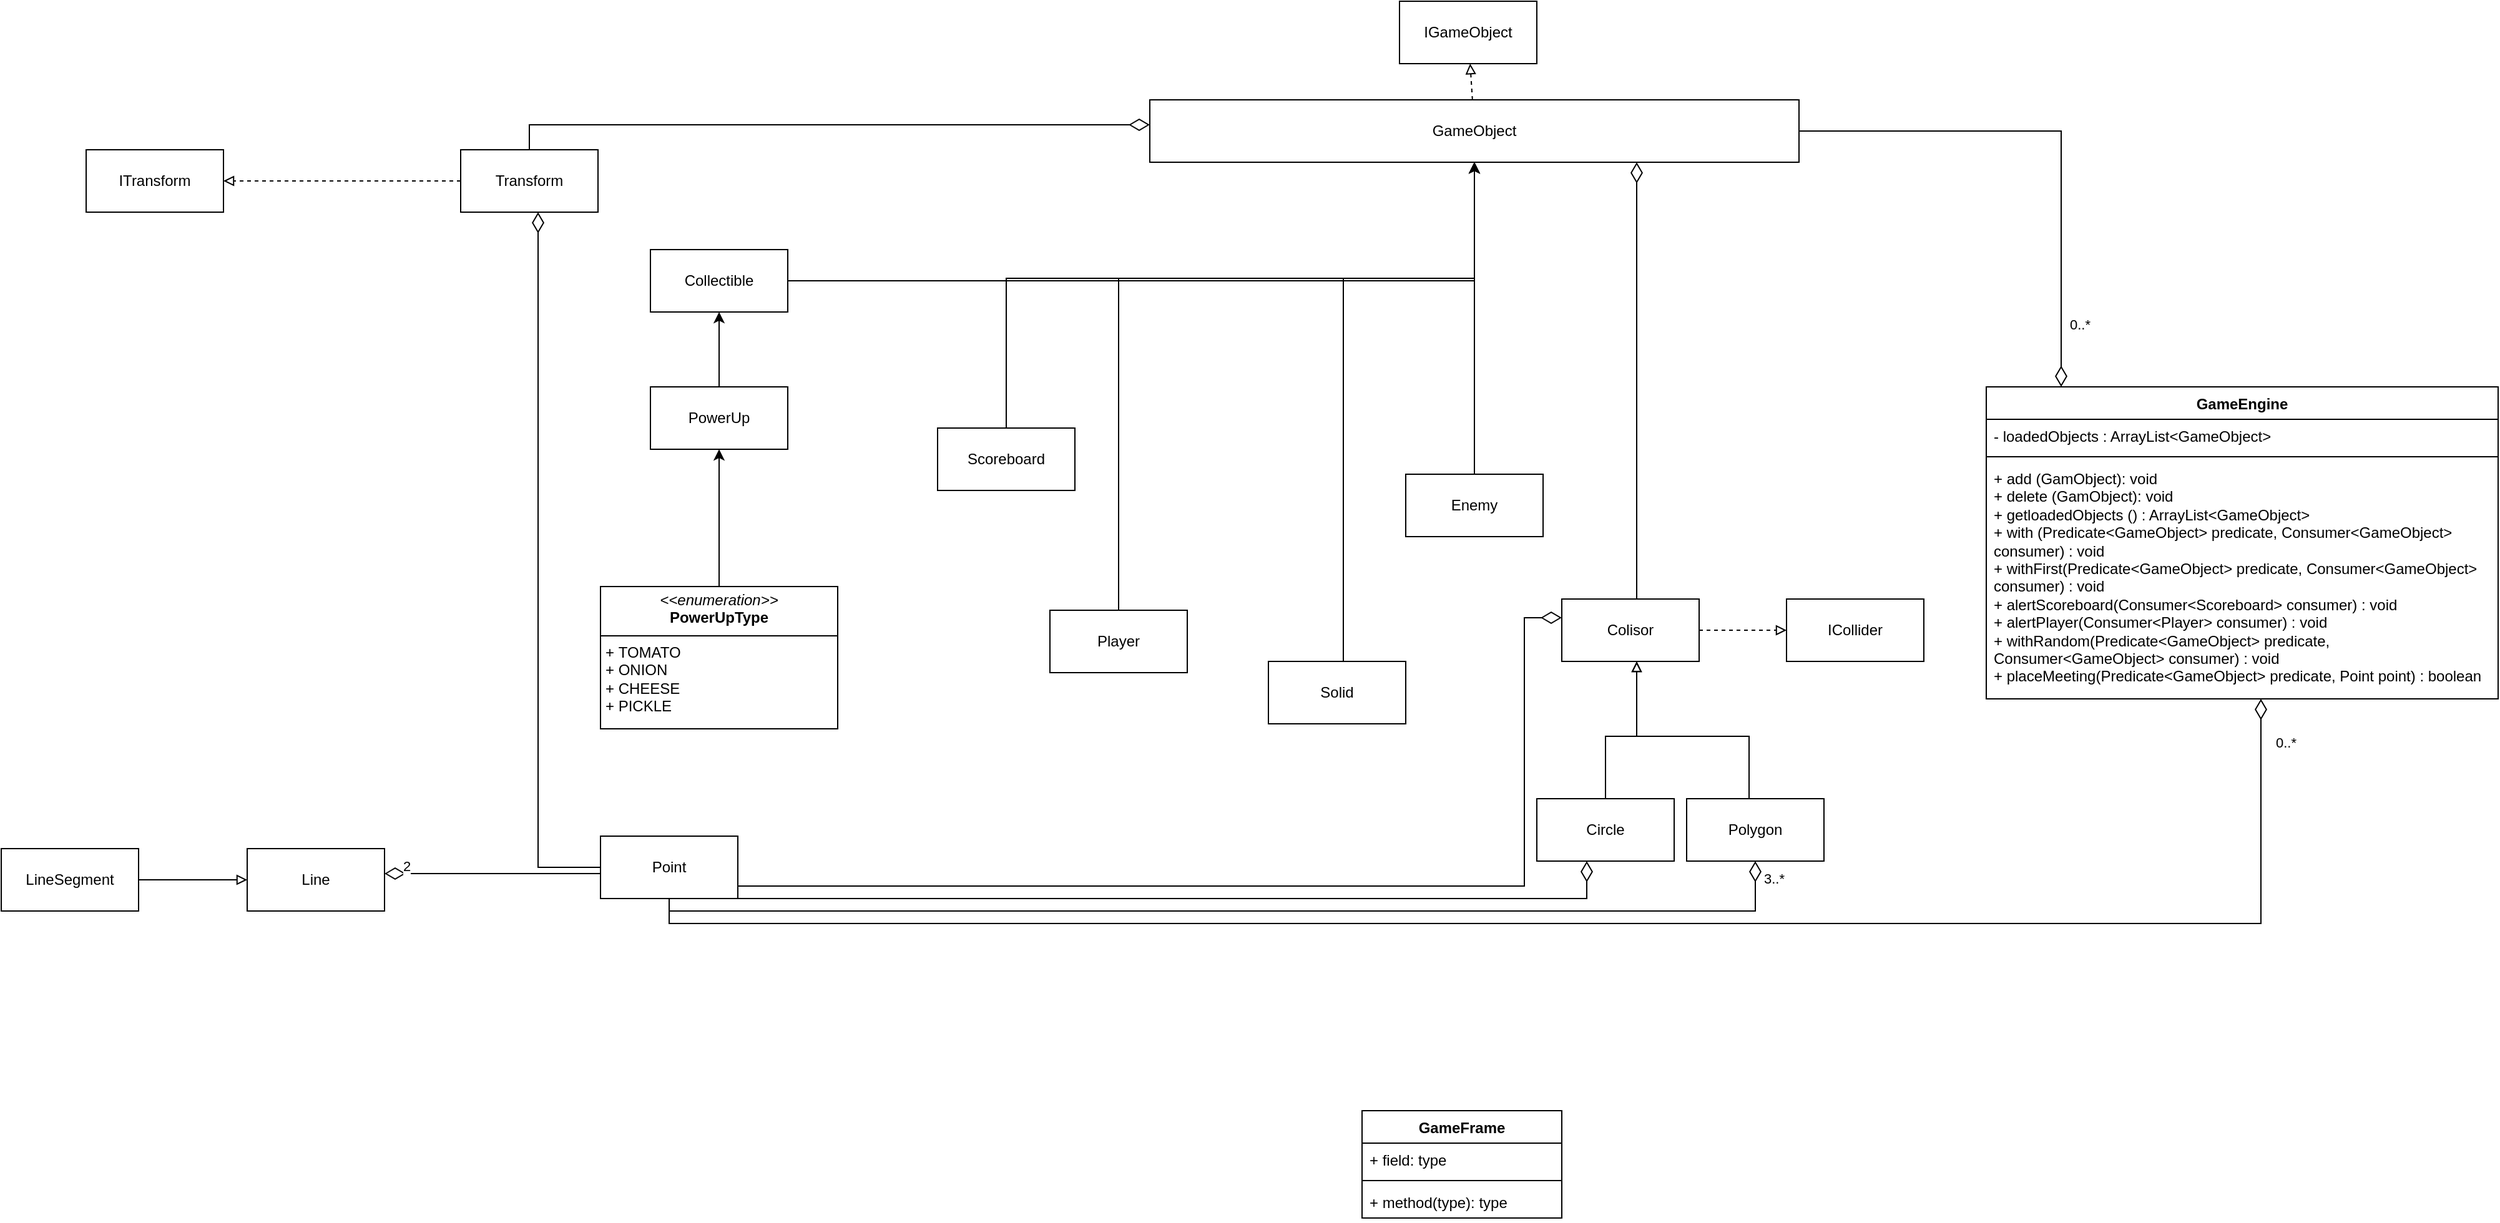
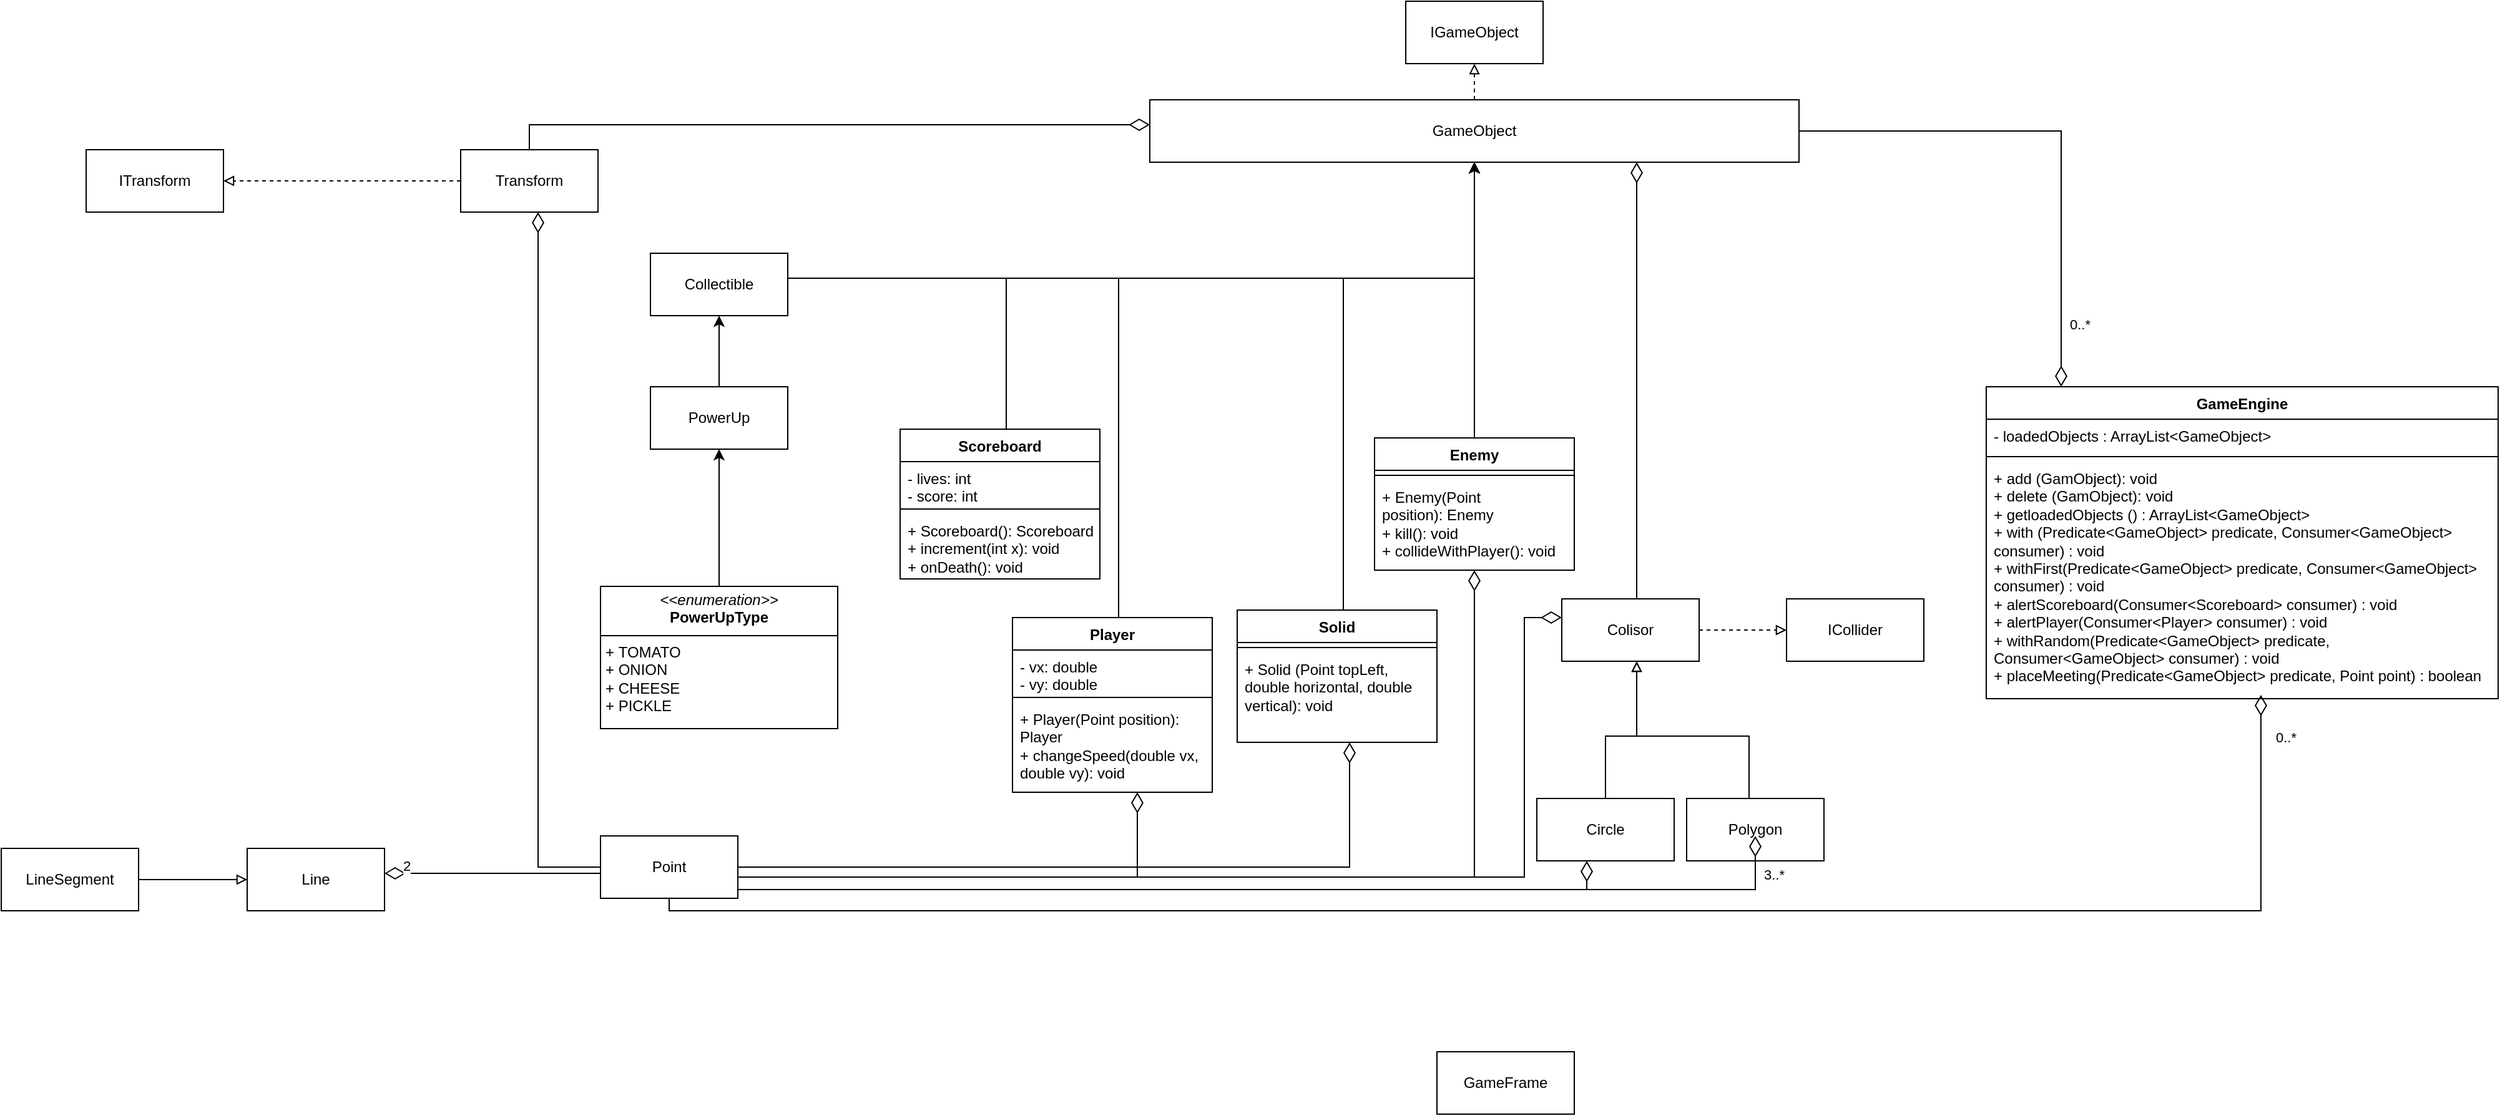
<mxfile host="Electron" agent="Mozilla/5.0 (X11; Linux x86_64) AppleWebKit/537.36 (KHTML, like Gecko) draw.io/26.2.2 Chrome/134.0.6998.178 Electron/35.1.2 Safari/537.36" version="26.2.2">
  <diagram name="Página-1" id="TPAtXWxRkIJJQsbXMNPa">
-     <mxGraphModel dx="2069" dy="1889" grid="1" gridSize="10" guides="1" tooltips="1" connect="1" arrows="1" fold="1" page="1" pageScale="1" pageWidth="827" pageHeight="1169" math="0" shadow="0">
+     <mxGraphModel dx="2330" dy="2041" grid="1" gridSize="10" guides="1" tooltips="1" connect="1" arrows="1" fold="1" page="1" pageScale="1" pageWidth="827" pageHeight="1169" math="0" shadow="0">
      <root>
        <mxCell id="0" />
        <mxCell id="1" parent="0" />
        <mxCell id="iqAs6xTmjVzmR_10nm-_-47" value="Polygon" style="html=1;whiteSpace=wrap;" parent="1" vertex="1">
          <mxGeometry x="750" y="-433" width="110" height="50" as="geometry" />
        </mxCell>
        <mxCell id="iqAs6xTmjVzmR_10nm-_-53" value="" style="endArrow=none;html=1;endSize=12;startArrow=diamondThin;startSize=14;startFill=0;edgeStyle=orthogonalEdgeStyle;align=left;verticalAlign=bottom;rounded=0;endFill=0;" parent="1" source="iqAs6xTmjVzmR_10nm-_-61" target="iqAs6xTmjVzmR_10nm-_-60" edge="1">
          <mxGeometry x="-1" y="3" relative="1" as="geometry">
            <mxPoint x="270" y="-463" as="sourcePoint" />
            <mxPoint x="400" y="-463" as="targetPoint" />
            <Array as="points">
              <mxPoint x="620" y="-578" />
-               <mxPoint x="620" y="-363" />
-             </Array>
-           </mxGeometry>
-         </mxCell>
-         <mxCell id="iqAs6xTmjVzmR_10nm-_-54" value="3..*" style="endArrow=none;html=1;endSize=12;startArrow=diamondThin;startSize=14;startFill=0;edgeStyle=orthogonalEdgeStyle;align=left;verticalAlign=bottom;rounded=0;endFill=0;" parent="1" source="iqAs6xTmjVzmR_10nm-_-47" target="iqAs6xTmjVzmR_10nm-_-60" edge="1">
-           <mxGeometry x="-0.95" y="5" relative="1" as="geometry">
-             <mxPoint x="750" y="-183" as="sourcePoint" />
-             <mxPoint x="935" y="-333" as="targetPoint" />
-             <Array as="points">
-               <mxPoint x="805" y="-343" />
+               <mxPoint x="620" y="-370" />
+             </Array>
+           </mxGeometry>
+         </mxCell>
+         <mxCell id="iqAs6xTmjVzmR_10nm-_-54" value="3..*" style="endArrow=none;html=1;endSize=12;startArrow=diamondThin;startSize=14;startFill=0;edgeStyle=orthogonalEdgeStyle;align=left;verticalAlign=bottom;rounded=0;endFill=0;" parent="1" edge="1">
+           <mxGeometry x="-0.9071" y="5" relative="1" as="geometry">
+             <mxPoint x="805" y="-403" as="sourcePoint" />
+             <mxPoint x="-10" y="-363" as="targetPoint" />
+             <Array as="points">
+               <mxPoint x="805" y="-360" />
+               <mxPoint x="-10" y="-360" />
            </Array>
            <mxPoint as="offset" />
          </mxGeometry>
        </mxCell>
        <mxCell id="iqAs6xTmjVzmR_10nm-_-55" style="edgeStyle=orthogonalEdgeStyle;rounded=0;orthogonalLoop=1;jettySize=auto;html=1;endArrow=block;endFill=0;" parent="1" source="iqAs6xTmjVzmR_10nm-_-58" target="iqAs6xTmjVzmR_10nm-_-56" edge="1">
          <mxGeometry relative="1" as="geometry">
            <mxPoint x="461" y="-48" as="sourcePoint" />
            <Array as="points">
              <mxPoint x="-440" y="-368" />
              <mxPoint x="-440" y="-368" />
            </Array>
            <mxPoint x="419" y="-188" as="targetPoint" />
          </mxGeometry>
        </mxCell>
        <mxCell id="iqAs6xTmjVzmR_10nm-_-56" value="Line" style="html=1;whiteSpace=wrap;" parent="1" vertex="1">
          <mxGeometry x="-403" y="-393" width="110" height="50" as="geometry" />
        </mxCell>
        <mxCell id="iqAs6xTmjVzmR_10nm-_-58" value="LineSegment" style="html=1;whiteSpace=wrap;" parent="1" vertex="1">
          <mxGeometry x="-600" y="-393" width="110" height="50" as="geometry" />
        </mxCell>
        <mxCell id="iqAs6xTmjVzmR_10nm-_-59" value="Circle" style="html=1;whiteSpace=wrap;" parent="1" vertex="1">
          <mxGeometry x="630" y="-433" width="110" height="50" as="geometry" />
        </mxCell>
        <mxCell id="iqAs6xTmjVzmR_10nm-_-60" value="Point" style="html=1;whiteSpace=wrap;" parent="1" vertex="1">
          <mxGeometry x="-120" y="-403" width="110" height="50" as="geometry" />
        </mxCell>
        <mxCell id="iqAs6xTmjVzmR_10nm-_-61" value="Colisor" style="html=1;whiteSpace=wrap;" parent="1" vertex="1">
          <mxGeometry x="650" y="-593" width="110" height="50" as="geometry" />
        </mxCell>
        <mxCell id="iqAs6xTmjVzmR_10nm-_-63" value="" style="endArrow=block;dashed=1;html=1;rounded=0;startArrow=none;startFill=0;endFill=0;" parent="1" source="iqAs6xTmjVzmR_10nm-_-64" target="iqAs6xTmjVzmR_10nm-_-65" edge="1">
          <mxGeometry width="50" height="50" relative="1" as="geometry">
            <mxPoint x="537" y="-605" as="sourcePoint" />
            <mxPoint x="300" y="-653" as="targetPoint" />
          </mxGeometry>
        </mxCell>
        <mxCell id="iqAs6xTmjVzmR_10nm-_-64" value="Transform" style="html=1;whiteSpace=wrap;" parent="1" vertex="1">
          <mxGeometry x="-232" y="-953" width="110" height="50" as="geometry" />
        </mxCell>
        <mxCell id="iqAs6xTmjVzmR_10nm-_-65" value="ITransform" style="html=1;whiteSpace=wrap;" parent="1" vertex="1">
          <mxGeometry x="-532" y="-953" width="110" height="50" as="geometry" />
        </mxCell>
        <mxCell id="iqAs6xTmjVzmR_10nm-_-66" value="IGameObject" style="html=1;whiteSpace=wrap;" parent="1" vertex="1">
-           <mxGeometry x="520" y="-1072" width="110" height="50" as="geometry" />
+           <mxGeometry x="525" y="-1072" width="110" height="50" as="geometry" />
        </mxCell>
        <mxCell id="iqAs6xTmjVzmR_10nm-_-67" value="GameObject" style="html=1;whiteSpace=wrap;" parent="1" vertex="1">
          <mxGeometry x="320" y="-993" width="520" height="50" as="geometry" />
        </mxCell>
        <mxCell id="iqAs6xTmjVzmR_10nm-_-69" value="ICollider" style="html=1;whiteSpace=wrap;" parent="1" vertex="1">
          <mxGeometry x="830" y="-593" width="110" height="50" as="geometry" />
        </mxCell>
        <mxCell id="iqAs6xTmjVzmR_10nm-_-70" style="edgeStyle=orthogonalEdgeStyle;rounded=0;orthogonalLoop=1;jettySize=auto;html=1;endArrow=block;endFill=0;exitX=0.5;exitY=0;exitDx=0;exitDy=0;" parent="1" source="iqAs6xTmjVzmR_10nm-_-47" target="iqAs6xTmjVzmR_10nm-_-61" edge="1">
          <mxGeometry relative="1" as="geometry">
            <mxPoint x="722" y="-333" as="sourcePoint" />
            <Array as="points">
              <mxPoint x="800" y="-433" />
              <mxPoint x="800" y="-483" />
              <mxPoint x="710" y="-483" />
            </Array>
            <mxPoint x="680" y="-473" as="targetPoint" />
          </mxGeometry>
        </mxCell>
        <mxCell id="iqAs6xTmjVzmR_10nm-_-71" value="2" style="endArrow=none;html=1;endSize=12;startArrow=diamondThin;startSize=14;startFill=0;edgeStyle=orthogonalEdgeStyle;align=left;verticalAlign=bottom;rounded=0;endFill=0;" parent="1" source="iqAs6xTmjVzmR_10nm-_-56" target="iqAs6xTmjVzmR_10nm-_-60" edge="1">
          <mxGeometry x="-0.8497" y="-3" relative="1" as="geometry">
            <mxPoint x="328" y="-143" as="sourcePoint" />
            <mxPoint x="513" y="-293" as="targetPoint" />
            <Array as="points">
              <mxPoint x="-220" y="-373" />
              <mxPoint x="-220" y="-373" />
            </Array>
            <mxPoint as="offset" />
          </mxGeometry>
        </mxCell>
        <mxCell id="iqAs6xTmjVzmR_10nm-_-72" value="" style="endArrow=block;dashed=1;html=1;rounded=0;startArrow=none;startFill=0;endFill=0;" parent="1" source="iqAs6xTmjVzmR_10nm-_-67" target="iqAs6xTmjVzmR_10nm-_-66" edge="1">
          <mxGeometry width="50" height="50" relative="1" as="geometry">
            <mxPoint x="587" y="-725" as="sourcePoint" />
            <mxPoint x="350" y="-773" as="targetPoint" />
          </mxGeometry>
        </mxCell>
        <mxCell id="iqAs6xTmjVzmR_10nm-_-73" value="" style="endArrow=block;dashed=1;html=1;rounded=0;startArrow=none;startFill=0;endFill=0;" parent="1" source="iqAs6xTmjVzmR_10nm-_-61" target="iqAs6xTmjVzmR_10nm-_-69" edge="1">
          <mxGeometry width="50" height="50" relative="1" as="geometry">
            <mxPoint x="935" y="-483" as="sourcePoint" />
            <mxPoint x="830" y="-483" as="targetPoint" />
          </mxGeometry>
        </mxCell>
        <mxCell id="iqAs6xTmjVzmR_10nm-_-74" value="0..*" style="endArrow=none;html=1;endSize=12;startArrow=diamondThin;startSize=14;startFill=0;edgeStyle=orthogonalEdgeStyle;align=left;verticalAlign=bottom;rounded=0;endFill=0;" parent="1" source="oKuniA_5h0pZnWrvJ2aU-5" target="iqAs6xTmjVzmR_10nm-_-67" edge="1">
          <mxGeometry x="-0.8013" y="-5" relative="1" as="geometry">
            <mxPoint x="830" y="-713" as="sourcePoint" />
            <mxPoint x="925" y="-583" as="targetPoint" />
            <Array as="points">
              <mxPoint x="1050" y="-968" />
            </Array>
            <mxPoint as="offset" />
          </mxGeometry>
        </mxCell>
        <mxCell id="iqAs6xTmjVzmR_10nm-_-75" style="edgeStyle=orthogonalEdgeStyle;rounded=0;orthogonalLoop=1;jettySize=auto;html=1;endArrow=block;endFill=0;exitX=0.5;exitY=0;exitDx=0;exitDy=0;" parent="1" source="iqAs6xTmjVzmR_10nm-_-59" target="iqAs6xTmjVzmR_10nm-_-61" edge="1">
          <mxGeometry relative="1" as="geometry">
            <mxPoint x="666" y="-433" as="sourcePoint" />
            <Array as="points">
              <mxPoint x="685" y="-483" />
              <mxPoint x="710" y="-483" />
            </Array>
            <mxPoint x="624" y="-573" as="targetPoint" />
          </mxGeometry>
        </mxCell>
        <mxCell id="iqAs6xTmjVzmR_10nm-_-76" value="" style="endArrow=none;html=1;endSize=12;startArrow=diamondThin;startSize=14;startFill=0;edgeStyle=orthogonalEdgeStyle;align=left;verticalAlign=bottom;rounded=0;endFill=0;entryX=0.5;entryY=0;entryDx=0;entryDy=0;" parent="1" source="iqAs6xTmjVzmR_10nm-_-67" target="iqAs6xTmjVzmR_10nm-_-64" edge="1">
          <mxGeometry x="-1" y="3" relative="1" as="geometry">
            <mxPoint x="560" y="-693" as="sourcePoint" />
            <mxPoint x="560" y="-663" as="targetPoint" />
            <Array as="points">
              <mxPoint x="-177" y="-973" />
            </Array>
          </mxGeometry>
        </mxCell>
        <mxCell id="iqAs6xTmjVzmR_10nm-_-77" value="" style="endArrow=none;html=1;endSize=12;startArrow=diamondThin;startSize=14;startFill=0;edgeStyle=orthogonalEdgeStyle;align=left;verticalAlign=bottom;rounded=0;endFill=0;entryX=0.5;entryY=0;entryDx=0;entryDy=0;" parent="1" source="iqAs6xTmjVzmR_10nm-_-67" target="iqAs6xTmjVzmR_10nm-_-61" edge="1">
          <mxGeometry x="-1" y="3" relative="1" as="geometry">
            <mxPoint x="680" y="-653" as="sourcePoint" />
            <mxPoint x="810" y="-653" as="targetPoint" />
            <Array as="points">
              <mxPoint x="710" y="-593" />
            </Array>
          </mxGeometry>
        </mxCell>
        <mxCell id="iqAs6xTmjVzmR_10nm-_-78" value="" style="endArrow=none;html=1;endSize=12;startArrow=diamondThin;startSize=14;startFill=0;edgeStyle=orthogonalEdgeStyle;align=left;verticalAlign=bottom;rounded=0;endFill=0;" parent="1" source="iqAs6xTmjVzmR_10nm-_-64" target="iqAs6xTmjVzmR_10nm-_-60" edge="1">
          <mxGeometry x="-1" y="3" relative="1" as="geometry">
            <mxPoint x="260" y="-443" as="sourcePoint" />
            <mxPoint x="390" y="-443" as="targetPoint" />
            <Array as="points">
              <mxPoint x="-170" y="-378" />
            </Array>
          </mxGeometry>
        </mxCell>
        <mxCell id="iqAs6xTmjVzmR_10nm-_-79" value="" style="endArrow=none;html=1;endSize=12;startArrow=diamondThin;startSize=14;startFill=0;edgeStyle=orthogonalEdgeStyle;align=left;verticalAlign=bottom;rounded=0;endFill=0;" parent="1" source="iqAs6xTmjVzmR_10nm-_-59" target="iqAs6xTmjVzmR_10nm-_-60" edge="1">
          <mxGeometry x="-1" y="3" relative="1" as="geometry">
            <mxPoint x="560" y="-443" as="sourcePoint" />
            <mxPoint x="370" y="-353" as="targetPoint" />
            <Array as="points">
-               <mxPoint x="670" y="-353" />
+               <mxPoint x="670" y="-360" />
            </Array>
          </mxGeometry>
        </mxCell>
        <mxCell id="oKuniA_5h0pZnWrvJ2aU-5" value="GameEngine" style="swimlane;fontStyle=1;align=center;verticalAlign=top;childLayout=stackLayout;horizontal=1;startSize=26;horizontalStack=0;resizeParent=1;resizeParentMax=0;resizeLast=0;collapsible=1;marginBottom=0;whiteSpace=wrap;html=1;" parent="1" vertex="1">
          <mxGeometry x="990" y="-763" width="410" height="250" as="geometry" />
        </mxCell>
        <mxCell id="oKuniA_5h0pZnWrvJ2aU-6" value="- loadedObjects : ArrayList&amp;lt;GameObject&amp;gt;" style="text;strokeColor=none;fillColor=none;align=left;verticalAlign=top;spacingLeft=4;spacingRight=4;overflow=hidden;rotatable=0;points=[[0,0.5],[1,0.5]];portConstraint=eastwest;whiteSpace=wrap;html=1;" parent="oKuniA_5h0pZnWrvJ2aU-5" vertex="1">
          <mxGeometry y="26" width="410" height="26" as="geometry" />
        </mxCell>
        <mxCell id="oKuniA_5h0pZnWrvJ2aU-7" value="" style="line;strokeWidth=1;fillColor=none;align=left;verticalAlign=middle;spacingTop=-1;spacingLeft=3;spacingRight=3;rotatable=0;labelPosition=right;points=[];portConstraint=eastwest;strokeColor=inherit;" parent="oKuniA_5h0pZnWrvJ2aU-5" vertex="1">
          <mxGeometry y="52" width="410" height="8" as="geometry" />
        </mxCell>
        <mxCell id="oKuniA_5h0pZnWrvJ2aU-8" value="+ add (GamObject): void&lt;div&gt;+ delete (GamObject): void&lt;/div&gt;&lt;div&gt;+ getloadedObjects ()&lt;span style=&quot;background-color: transparent; color: light-dark(rgb(0, 0, 0), rgb(255, 255, 255));&quot;&gt;&amp;nbsp;: ArrayList&amp;lt;GameObject&amp;gt;&lt;/span&gt;&lt;/div&gt;&lt;div&gt;+&amp;nbsp;with (Predicate&amp;lt;GameObject&amp;gt; predicate, Consumer&amp;lt;GameObject&amp;gt; consumer) : void&lt;/div&gt;&lt;div&gt;+&amp;nbsp;withFirst(Predicate&amp;lt;GameObject&amp;gt; predicate, Consumer&amp;lt;GameObject&amp;gt; consumer) : void&lt;/div&gt;&lt;div&gt;+&amp;nbsp;alertScoreboard(Consumer&amp;lt;Scoreboard&amp;gt; consumer) : void&lt;/div&gt;&lt;div&gt;+&amp;nbsp;alertPlayer(Consumer&amp;lt;Player&amp;gt; consumer) : void&lt;/div&gt;&lt;div&gt;+&amp;nbsp;withRandom(Predicate&amp;lt;GameObject&amp;gt; predicate, Consumer&amp;lt;GameObject&amp;gt; consumer) : void&lt;/div&gt;&lt;div&gt;+&amp;nbsp;placeMeeting(Predicate&amp;lt;GameObject&amp;gt; predicate, Point point) : boolean&lt;/div&gt;" style="text;strokeColor=none;fillColor=none;align=left;verticalAlign=top;spacingLeft=4;spacingRight=4;overflow=hidden;rotatable=0;points=[[0,0.5],[1,0.5]];portConstraint=eastwest;whiteSpace=wrap;html=1;" parent="oKuniA_5h0pZnWrvJ2aU-5" vertex="1">
          <mxGeometry y="60" width="410" height="190" as="geometry" />
        </mxCell>
-         <mxCell id="oKuniA_5h0pZnWrvJ2aU-15" value="0..*" style="endArrow=none;html=1;endSize=12;startArrow=diamondThin;startSize=14;startFill=0;edgeStyle=orthogonalEdgeStyle;align=left;verticalAlign=bottom;rounded=0;endFill=0;" parent="1" source="oKuniA_5h0pZnWrvJ2aU-5" target="iqAs6xTmjVzmR_10nm-_-60" edge="1">
+         <mxCell id="oKuniA_5h0pZnWrvJ2aU-15" value="0..*" style="endArrow=none;html=1;endSize=12;startArrow=diamondThin;startSize=14;startFill=0;edgeStyle=orthogonalEdgeStyle;align=left;verticalAlign=bottom;rounded=0;endFill=0;" parent="1" target="iqAs6xTmjVzmR_10nm-_-60" edge="1">
          <mxGeometry x="-0.9412" y="10" relative="1" as="geometry">
-             <mxPoint x="1400" y="-608" as="sourcePoint" />
-             <mxPoint x="1500" y="-618" as="targetPoint" />
-             <Array as="points">
-               <mxPoint x="1210" y="-333" />
+             <mxPoint x="1210" y="-515.9999999999999" as="sourcePoint" />
+             <mxPoint x="-64.99999999999977" y="-356" as="targetPoint" />
+             <Array as="points">
+               <mxPoint x="1210" y="-343" />
+               <mxPoint x="-65" y="-343" />
            </Array>
            <mxPoint as="offset" />
          </mxGeometry>
        </mxCell>
-         <mxCell id="oKuniA_5h0pZnWrvJ2aU-29" value="GameFrame" style="swimlane;fontStyle=1;align=center;verticalAlign=top;childLayout=stackLayout;horizontal=1;startSize=26;horizontalStack=0;resizeParent=1;resizeParentMax=0;resizeLast=0;collapsible=1;marginBottom=0;whiteSpace=wrap;html=1;" parent="1" vertex="1">
-           <mxGeometry x="490" y="-183" width="160" height="86" as="geometry" />
-         </mxCell>
-         <mxCell id="oKuniA_5h0pZnWrvJ2aU-30" value="+ field: type" style="text;strokeColor=none;fillColor=none;align=left;verticalAlign=top;spacingLeft=4;spacingRight=4;overflow=hidden;rotatable=0;points=[[0,0.5],[1,0.5]];portConstraint=eastwest;whiteSpace=wrap;html=1;" parent="oKuniA_5h0pZnWrvJ2aU-29" vertex="1">
-           <mxGeometry y="26" width="160" height="26" as="geometry" />
-         </mxCell>
-         <mxCell id="oKuniA_5h0pZnWrvJ2aU-31" value="" style="line;strokeWidth=1;fillColor=none;align=left;verticalAlign=middle;spacingTop=-1;spacingLeft=3;spacingRight=3;rotatable=0;labelPosition=right;points=[];portConstraint=eastwest;strokeColor=inherit;" parent="oKuniA_5h0pZnWrvJ2aU-29" vertex="1">
-           <mxGeometry y="52" width="160" height="8" as="geometry" />
-         </mxCell>
-         <mxCell id="oKuniA_5h0pZnWrvJ2aU-32" value="+ method(type): type" style="text;strokeColor=none;fillColor=none;align=left;verticalAlign=top;spacingLeft=4;spacingRight=4;overflow=hidden;rotatable=0;points=[[0,0.5],[1,0.5]];portConstraint=eastwest;whiteSpace=wrap;html=1;" parent="oKuniA_5h0pZnWrvJ2aU-29" vertex="1">
-           <mxGeometry y="60" width="160" height="26" as="geometry" />
-         </mxCell>
-         <mxCell id="QFEcBac0O0UYr3OeZy01-21" style="edgeStyle=orthogonalEdgeStyle;rounded=0;orthogonalLoop=1;jettySize=auto;html=1;" edge="1" parent="1" source="oKuniA_5h0pZnWrvJ2aU-37" target="QFEcBac0O0UYr3OeZy01-6">
+         <mxCell id="QFEcBac0O0UYr3OeZy01-21" style="edgeStyle=orthogonalEdgeStyle;rounded=0;orthogonalLoop=1;jettySize=auto;html=1;" parent="1" source="oKuniA_5h0pZnWrvJ2aU-37" target="QFEcBac0O0UYr3OeZy01-6" edge="1">
          <mxGeometry relative="1" as="geometry" />
        </mxCell>
        <mxCell id="oKuniA_5h0pZnWrvJ2aU-37" value="&lt;p style=&quot;margin:0px;margin-top:4px;text-align:center;&quot;&gt;&lt;i&gt;&amp;lt;&amp;lt;enumeration&amp;gt;&amp;gt;&lt;/i&gt;&lt;br&gt;&lt;b&gt;PowerUpType&lt;/b&gt;&lt;/p&gt;&lt;hr size=&quot;1&quot; style=&quot;border-style:solid;&quot;&gt;&lt;p style=&quot;margin:0px;margin-left:4px;&quot;&gt;+&amp;nbsp;TOMATO&lt;/p&gt;&lt;p style=&quot;margin:0px;margin-left:4px;&quot;&gt;+&amp;nbsp;ONION&lt;/p&gt;&lt;p style=&quot;margin:0px;margin-left:4px;&quot;&gt;+&amp;nbsp;CHEESE&lt;/p&gt;&lt;p style=&quot;margin:0px;margin-left:4px;&quot;&gt;+&amp;nbsp;PICKLE&lt;/p&gt;" style="verticalAlign=top;align=left;overflow=fill;html=1;whiteSpace=wrap;" parent="1" vertex="1">
          <mxGeometry x="-120" y="-603" width="190" height="114" as="geometry" />
        </mxCell>
-         <mxCell id="QFEcBac0O0UYr3OeZy01-1" value="Scoreboard" style="html=1;whiteSpace=wrap;" vertex="1" parent="1">
-           <mxGeometry x="150" y="-730" width="110" height="50" as="geometry" />
-         </mxCell>
-         <mxCell id="QFEcBac0O0UYr3OeZy01-18" style="edgeStyle=orthogonalEdgeStyle;rounded=0;orthogonalLoop=1;jettySize=auto;html=1;" edge="1" parent="1" source="QFEcBac0O0UYr3OeZy01-2" target="iqAs6xTmjVzmR_10nm-_-67">
+         <mxCell id="QFEcBac0O0UYr3OeZy01-18" style="edgeStyle=orthogonalEdgeStyle;rounded=0;orthogonalLoop=1;jettySize=auto;html=1;" parent="1" source="kEA9Ujy-xpp_A-Y0548K-15" target="iqAs6xTmjVzmR_10nm-_-67" edge="1">
          <mxGeometry relative="1" as="geometry">
            <Array as="points">
              <mxPoint x="475" y="-850" />
              <mxPoint x="580" y="-850" />
            </Array>
-           </mxGeometry>
-         </mxCell>
-         <mxCell id="QFEcBac0O0UYr3OeZy01-2" value="Solid" style="html=1;whiteSpace=wrap;" vertex="1" parent="1">
-           <mxGeometry x="415" y="-543" width="110" height="50" as="geometry" />
-         </mxCell>
-         <mxCell id="QFEcBac0O0UYr3OeZy01-19" style="edgeStyle=orthogonalEdgeStyle;rounded=0;orthogonalLoop=1;jettySize=auto;html=1;" edge="1" parent="1" source="QFEcBac0O0UYr3OeZy01-3" target="iqAs6xTmjVzmR_10nm-_-67">
-           <mxGeometry relative="1" as="geometry" />
-         </mxCell>
-         <mxCell id="QFEcBac0O0UYr3OeZy01-3" value="Enemy" style="html=1;whiteSpace=wrap;" vertex="1" parent="1">
-           <mxGeometry x="525" y="-693" width="110" height="50" as="geometry" />
-         </mxCell>
-         <mxCell id="QFEcBac0O0UYr3OeZy01-17" style="edgeStyle=orthogonalEdgeStyle;rounded=0;orthogonalLoop=1;jettySize=auto;html=1;" edge="1" parent="1" source="QFEcBac0O0UYr3OeZy01-4" target="iqAs6xTmjVzmR_10nm-_-67">
+             <mxPoint x="475" y="-543" as="sourcePoint" />
+           </mxGeometry>
+         </mxCell>
+         <mxCell id="QFEcBac0O0UYr3OeZy01-19" style="edgeStyle=orthogonalEdgeStyle;rounded=0;orthogonalLoop=1;jettySize=auto;html=1;" parent="1" source="kEA9Ujy-xpp_A-Y0548K-20" target="iqAs6xTmjVzmR_10nm-_-67" edge="1">
+           <mxGeometry relative="1" as="geometry">
+             <mxPoint x="580" y="-693" as="sourcePoint" />
+             <Array as="points">
+               <mxPoint x="580" y="-810" />
+               <mxPoint x="580" y="-810" />
+             </Array>
+           </mxGeometry>
+         </mxCell>
+         <mxCell id="QFEcBac0O0UYr3OeZy01-17" style="edgeStyle=orthogonalEdgeStyle;rounded=0;orthogonalLoop=1;jettySize=auto;html=1;" parent="1" source="kEA9Ujy-xpp_A-Y0548K-10" target="iqAs6xTmjVzmR_10nm-_-67" edge="1">
          <mxGeometry relative="1" as="geometry">
            <Array as="points">
              <mxPoint x="295" y="-850" />
              <mxPoint x="580" y="-850" />
            </Array>
-           </mxGeometry>
-         </mxCell>
-         <mxCell id="QFEcBac0O0UYr3OeZy01-4" value="Player" style="html=1;whiteSpace=wrap;" vertex="1" parent="1">
-           <mxGeometry x="240" y="-584" width="110" height="50" as="geometry" />
-         </mxCell>
-         <mxCell id="QFEcBac0O0UYr3OeZy01-5" value="Collectible" style="html=1;whiteSpace=wrap;" vertex="1" parent="1">
-           <mxGeometry x="-80" y="-873" width="110" height="50" as="geometry" />
-         </mxCell>
-         <mxCell id="QFEcBac0O0UYr3OeZy01-20" style="edgeStyle=orthogonalEdgeStyle;rounded=0;orthogonalLoop=1;jettySize=auto;html=1;" edge="1" parent="1" source="QFEcBac0O0UYr3OeZy01-6" target="QFEcBac0O0UYr3OeZy01-5">
+             <mxPoint x="295" y="-584" as="sourcePoint" />
+           </mxGeometry>
+         </mxCell>
+         <mxCell id="QFEcBac0O0UYr3OeZy01-5" value="Collectible" style="html=1;whiteSpace=wrap;" parent="1" vertex="1">
+           <mxGeometry x="-80" y="-870" width="110" height="50" as="geometry" />
+         </mxCell>
+         <mxCell id="QFEcBac0O0UYr3OeZy01-20" style="edgeStyle=orthogonalEdgeStyle;rounded=0;orthogonalLoop=1;jettySize=auto;html=1;" parent="1" source="QFEcBac0O0UYr3OeZy01-6" target="QFEcBac0O0UYr3OeZy01-5" edge="1">
          <mxGeometry relative="1" as="geometry" />
        </mxCell>
-         <mxCell id="QFEcBac0O0UYr3OeZy01-6" value="PowerUp" style="html=1;whiteSpace=wrap;" vertex="1" parent="1">
+         <mxCell id="QFEcBac0O0UYr3OeZy01-6" value="PowerUp" style="html=1;whiteSpace=wrap;" parent="1" vertex="1">
          <mxGeometry x="-80" y="-763" width="110" height="50" as="geometry" />
        </mxCell>
-         <mxCell id="QFEcBac0O0UYr3OeZy01-15" style="edgeStyle=orthogonalEdgeStyle;rounded=0;orthogonalLoop=1;jettySize=auto;html=1;entryX=0.5;entryY=1;entryDx=0;entryDy=0;" edge="1" parent="1" source="QFEcBac0O0UYr3OeZy01-5" target="iqAs6xTmjVzmR_10nm-_-67">
-           <mxGeometry relative="1" as="geometry">
-             <Array as="points">
-               <mxPoint x="580" y="-848" />
-             </Array>
-           </mxGeometry>
-         </mxCell>
-         <mxCell id="QFEcBac0O0UYr3OeZy01-16" style="edgeStyle=orthogonalEdgeStyle;rounded=0;orthogonalLoop=1;jettySize=auto;html=1;" edge="1" parent="1" source="QFEcBac0O0UYr3OeZy01-1" target="iqAs6xTmjVzmR_10nm-_-67">
+         <mxCell id="QFEcBac0O0UYr3OeZy01-15" style="edgeStyle=orthogonalEdgeStyle;rounded=0;orthogonalLoop=1;jettySize=auto;html=1;entryX=0.5;entryY=1;entryDx=0;entryDy=0;" parent="1" source="QFEcBac0O0UYr3OeZy01-5" target="iqAs6xTmjVzmR_10nm-_-67" edge="1">
+           <mxGeometry relative="1" as="geometry">
+             <Array as="points">
+               <mxPoint x="580" y="-850" />
+             </Array>
+           </mxGeometry>
+         </mxCell>
+         <mxCell id="QFEcBac0O0UYr3OeZy01-16" style="edgeStyle=orthogonalEdgeStyle;rounded=0;orthogonalLoop=1;jettySize=auto;html=1;" parent="1" source="kEA9Ujy-xpp_A-Y0548K-6" target="iqAs6xTmjVzmR_10nm-_-67" edge="1">
          <mxGeometry relative="1" as="geometry">
            <Array as="points">
              <mxPoint x="205" y="-850" />
              <mxPoint x="580" y="-850" />
+             </Array>
+             <mxPoint x="205" y="-730" as="sourcePoint" />
+           </mxGeometry>
+         </mxCell>
+         <mxCell id="kEA9Ujy-xpp_A-Y0548K-1" value="GameFrame" style="html=1;whiteSpace=wrap;" vertex="1" parent="1">
+           <mxGeometry x="550" y="-230" width="110" height="50" as="geometry" />
+         </mxCell>
+         <mxCell id="kEA9Ujy-xpp_A-Y0548K-6" value="Scoreboard" style="swimlane;fontStyle=1;align=center;verticalAlign=top;childLayout=stackLayout;horizontal=1;startSize=26;horizontalStack=0;resizeParent=1;resizeParentMax=0;resizeLast=0;collapsible=1;marginBottom=0;whiteSpace=wrap;html=1;" vertex="1" parent="1">
+           <mxGeometry x="120" y="-729" width="160" height="120" as="geometry" />
+         </mxCell>
+         <mxCell id="kEA9Ujy-xpp_A-Y0548K-7" value="- lives: int&lt;div&gt;- score: int&lt;/div&gt;" style="text;strokeColor=none;fillColor=none;align=left;verticalAlign=top;spacingLeft=4;spacingRight=4;overflow=hidden;rotatable=0;points=[[0,0.5],[1,0.5]];portConstraint=eastwest;whiteSpace=wrap;html=1;" vertex="1" parent="kEA9Ujy-xpp_A-Y0548K-6">
+           <mxGeometry y="26" width="160" height="34" as="geometry" />
+         </mxCell>
+         <mxCell id="kEA9Ujy-xpp_A-Y0548K-8" value="" style="line;strokeWidth=1;fillColor=none;align=left;verticalAlign=middle;spacingTop=-1;spacingLeft=3;spacingRight=3;rotatable=0;labelPosition=right;points=[];portConstraint=eastwest;strokeColor=inherit;" vertex="1" parent="kEA9Ujy-xpp_A-Y0548K-6">
+           <mxGeometry y="60" width="160" height="8" as="geometry" />
+         </mxCell>
+         <mxCell id="kEA9Ujy-xpp_A-Y0548K-9" value="&lt;div&gt;+ Scoreboard(): Scoreboard&lt;/div&gt;+ increment(int x): void&lt;div&gt;+ onDeath(): void&lt;/div&gt;" style="text;strokeColor=none;fillColor=none;align=left;verticalAlign=top;spacingLeft=4;spacingRight=4;overflow=hidden;rotatable=0;points=[[0,0.5],[1,0.5]];portConstraint=eastwest;whiteSpace=wrap;html=1;" vertex="1" parent="kEA9Ujy-xpp_A-Y0548K-6">
+           <mxGeometry y="68" width="160" height="52" as="geometry" />
+         </mxCell>
+         <mxCell id="kEA9Ujy-xpp_A-Y0548K-10" value="Player" style="swimlane;fontStyle=1;align=center;verticalAlign=top;childLayout=stackLayout;horizontal=1;startSize=26;horizontalStack=0;resizeParent=1;resizeParentMax=0;resizeLast=0;collapsible=1;marginBottom=0;whiteSpace=wrap;html=1;" vertex="1" parent="1">
+           <mxGeometry x="210" y="-578" width="160" height="140" as="geometry" />
+         </mxCell>
+         <mxCell id="kEA9Ujy-xpp_A-Y0548K-11" value="- vx: double&lt;div&gt;- vy: double&lt;/div&gt;" style="text;strokeColor=none;fillColor=none;align=left;verticalAlign=top;spacingLeft=4;spacingRight=4;overflow=hidden;rotatable=0;points=[[0,0.5],[1,0.5]];portConstraint=eastwest;whiteSpace=wrap;html=1;" vertex="1" parent="kEA9Ujy-xpp_A-Y0548K-10">
+           <mxGeometry y="26" width="160" height="34" as="geometry" />
+         </mxCell>
+         <mxCell id="kEA9Ujy-xpp_A-Y0548K-12" value="" style="line;strokeWidth=1;fillColor=none;align=left;verticalAlign=middle;spacingTop=-1;spacingLeft=3;spacingRight=3;rotatable=0;labelPosition=right;points=[];portConstraint=eastwest;strokeColor=inherit;" vertex="1" parent="kEA9Ujy-xpp_A-Y0548K-10">
+           <mxGeometry y="60" width="160" height="8" as="geometry" />
+         </mxCell>
+         <mxCell id="kEA9Ujy-xpp_A-Y0548K-13" value="&lt;div&gt;+ Player(Point position): Player&lt;/div&gt;+ changeSpeed(double vx, double vy): void" style="text;strokeColor=none;fillColor=none;align=left;verticalAlign=top;spacingLeft=4;spacingRight=4;overflow=hidden;rotatable=0;points=[[0,0.5],[1,0.5]];portConstraint=eastwest;whiteSpace=wrap;html=1;" vertex="1" parent="kEA9Ujy-xpp_A-Y0548K-10">
+           <mxGeometry y="68" width="160" height="72" as="geometry" />
+         </mxCell>
+         <mxCell id="kEA9Ujy-xpp_A-Y0548K-14" value="" style="endArrow=none;html=1;endSize=12;startArrow=diamondThin;startSize=14;startFill=0;edgeStyle=orthogonalEdgeStyle;align=left;verticalAlign=bottom;rounded=0;endFill=0;entryX=1;entryY=0.5;entryDx=0;entryDy=0;" edge="1" parent="1" source="kEA9Ujy-xpp_A-Y0548K-10" target="iqAs6xTmjVzmR_10nm-_-60">
+           <mxGeometry x="-1" y="3" relative="1" as="geometry">
+             <mxPoint x="660" y="-568" as="sourcePoint" />
+             <mxPoint y="-353" as="targetPoint" />
+             <Array as="points">
+               <mxPoint x="310" y="-370" />
+               <mxPoint x="-10" y="-370" />
+             </Array>
+           </mxGeometry>
+         </mxCell>
+         <mxCell id="kEA9Ujy-xpp_A-Y0548K-15" value="Solid" style="swimlane;fontStyle=1;align=center;verticalAlign=top;childLayout=stackLayout;horizontal=1;startSize=26;horizontalStack=0;resizeParent=1;resizeParentMax=0;resizeLast=0;collapsible=1;marginBottom=0;whiteSpace=wrap;html=1;" vertex="1" parent="1">
+           <mxGeometry x="390" y="-584" width="160" height="106" as="geometry" />
+         </mxCell>
+         <mxCell id="kEA9Ujy-xpp_A-Y0548K-17" value="" style="line;strokeWidth=1;fillColor=none;align=left;verticalAlign=middle;spacingTop=-1;spacingLeft=3;spacingRight=3;rotatable=0;labelPosition=right;points=[];portConstraint=eastwest;strokeColor=inherit;" vertex="1" parent="kEA9Ujy-xpp_A-Y0548K-15">
+           <mxGeometry y="26" width="160" height="8" as="geometry" />
+         </mxCell>
+         <mxCell id="kEA9Ujy-xpp_A-Y0548K-18" value="&lt;div&gt;+ Solid (Point topLeft, double horizontal,&amp;nbsp;&lt;span style=&quot;background-color: transparent; color: light-dark(rgb(0, 0, 0), rgb(255, 255, 255));&quot;&gt;double vertical&lt;/span&gt;&lt;span style=&quot;background-color: transparent; color: light-dark(rgb(0, 0, 0), rgb(255, 255, 255));&quot;&gt;): void&lt;/span&gt;&lt;/div&gt;" style="text;strokeColor=none;fillColor=none;align=left;verticalAlign=top;spacingLeft=4;spacingRight=4;overflow=hidden;rotatable=0;points=[[0,0.5],[1,0.5]];portConstraint=eastwest;whiteSpace=wrap;html=1;" vertex="1" parent="kEA9Ujy-xpp_A-Y0548K-15">
+           <mxGeometry y="34" width="160" height="72" as="geometry" />
+         </mxCell>
+         <mxCell id="kEA9Ujy-xpp_A-Y0548K-19" value="" style="endArrow=none;html=1;endSize=12;startArrow=diamondThin;startSize=14;startFill=0;edgeStyle=orthogonalEdgeStyle;align=left;verticalAlign=bottom;rounded=0;endFill=0;" edge="1" parent="1" source="kEA9Ujy-xpp_A-Y0548K-15" target="iqAs6xTmjVzmR_10nm-_-60">
+           <mxGeometry x="-1" y="3" relative="1" as="geometry">
+             <mxPoint x="320" y="-428" as="sourcePoint" />
+             <mxPoint y="-368" as="targetPoint" />
+             <Array as="points">
+               <mxPoint x="480" y="-378" />
+             </Array>
+           </mxGeometry>
+         </mxCell>
+         <mxCell id="kEA9Ujy-xpp_A-Y0548K-20" value="Enemy" style="swimlane;fontStyle=1;align=center;verticalAlign=top;childLayout=stackLayout;horizontal=1;startSize=26;horizontalStack=0;resizeParent=1;resizeParentMax=0;resizeLast=0;collapsible=1;marginBottom=0;whiteSpace=wrap;html=1;" vertex="1" parent="1">
+           <mxGeometry x="500" y="-722" width="160" height="106" as="geometry" />
+         </mxCell>
+         <mxCell id="kEA9Ujy-xpp_A-Y0548K-22" value="" style="line;strokeWidth=1;fillColor=none;align=left;verticalAlign=middle;spacingTop=-1;spacingLeft=3;spacingRight=3;rotatable=0;labelPosition=right;points=[];portConstraint=eastwest;strokeColor=inherit;" vertex="1" parent="kEA9Ujy-xpp_A-Y0548K-20">
+           <mxGeometry y="26" width="160" height="8" as="geometry" />
+         </mxCell>
+         <mxCell id="kEA9Ujy-xpp_A-Y0548K-23" value="&lt;div&gt;+ Enemy(Point position):&amp;nbsp;&lt;span style=&quot;background-color: transparent; color: light-dark(rgb(0, 0, 0), rgb(255, 255, 255));&quot;&gt;Enemy&lt;/span&gt;&lt;/div&gt;+ kill(): void&lt;div&gt;+ collideWithPlayer(): void&lt;/div&gt;" style="text;strokeColor=none;fillColor=none;align=left;verticalAlign=top;spacingLeft=4;spacingRight=4;overflow=hidden;rotatable=0;points=[[0,0.5],[1,0.5]];portConstraint=eastwest;whiteSpace=wrap;html=1;" vertex="1" parent="kEA9Ujy-xpp_A-Y0548K-20">
+           <mxGeometry y="34" width="160" height="72" as="geometry" />
+         </mxCell>
+         <mxCell id="kEA9Ujy-xpp_A-Y0548K-25" value="" style="endArrow=none;html=1;endSize=12;startArrow=diamondThin;startSize=14;startFill=0;edgeStyle=orthogonalEdgeStyle;align=left;verticalAlign=bottom;rounded=0;endFill=0;" edge="1" parent="1" source="kEA9Ujy-xpp_A-Y0548K-20" target="iqAs6xTmjVzmR_10nm-_-60">
+           <mxGeometry x="-1" y="3" relative="1" as="geometry">
+             <mxPoint x="580" y="-489" as="sourcePoint" />
+             <mxPoint x="90" y="-389" as="targetPoint" />
+             <Array as="points">
+               <mxPoint x="580" y="-370" />
            </Array>
          </mxGeometry>
        </mxCell>
      </root>
    </mxGraphModel>
  </diagram>
</mxfile>
